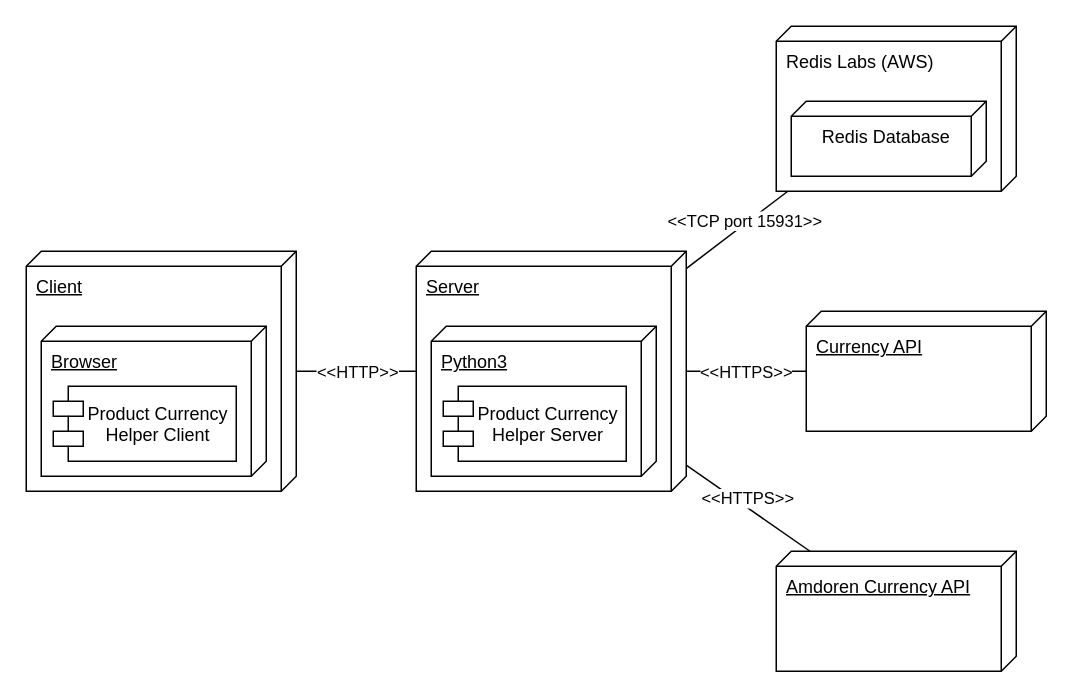
The draw.io diagram $diagrams/deploymentDiagram.drawio in jinyaoMa/product-currency-helper, before the edit. Source tidied: cells renumbered, new cells numbered last; positions are measured from the earlier drawing's top-left corner, leaving out a move shared by most shapes. Both pictures are drawn from the tidied source at 150%, with x=0, y=0 at pixel (26, 26).
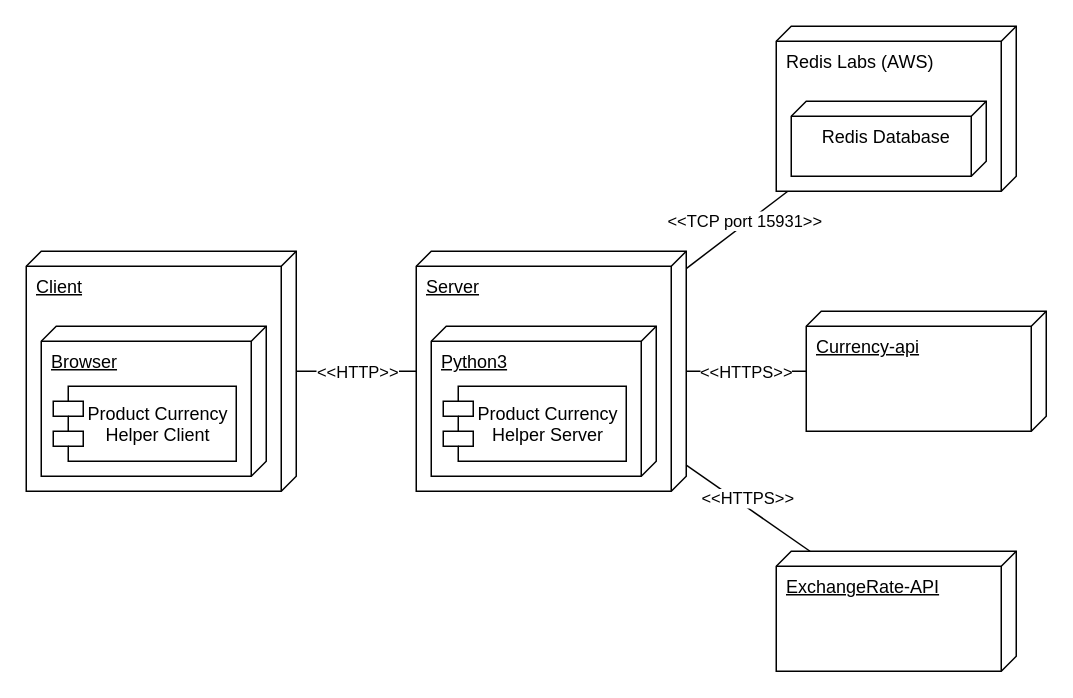
Above is the later version.

What changed in the source:
```diff
@@
-    <mxCell id="9" value="Currency API" style="verticalAlign=top;align=left;shape=cube;size=10;direction=south;fontStyle=4;html=1;boundedLbl=1;spacingLeft=5;" parent="1" vertex="1">
+    <mxCell id="9" value="Currency-api" style="verticalAlign=top;align=left;shape=cube;size=10;direction=south;fontStyle=4;html=1;boundedLbl=1;spacingLeft=5;" parent="1" vertex="1">
       <mxGeometry x="520" y="190" width="160" height="80" as="geometry" />
     </mxCell>
@@
-    <mxCell id="17" value="Amdoren Currency API" style="verticalAlign=top;align=left;shape=cube;size=10;direction=south;fontStyle=4;html=1;boundedLbl=1;spacingLeft=5;" parent="1" vertex="1">
+    <mxCell id="17" value="ExchangeRate-API" style="verticalAlign=top;align=left;shape=cube;size=10;direction=south;fontStyle=4;html=1;boundedLbl=1;spacingLeft=5;" parent="1" vertex="1">
       <mxGeometry x="500" y="350" width="160" height="80" as="geometry" />
     </mxCell>
```
